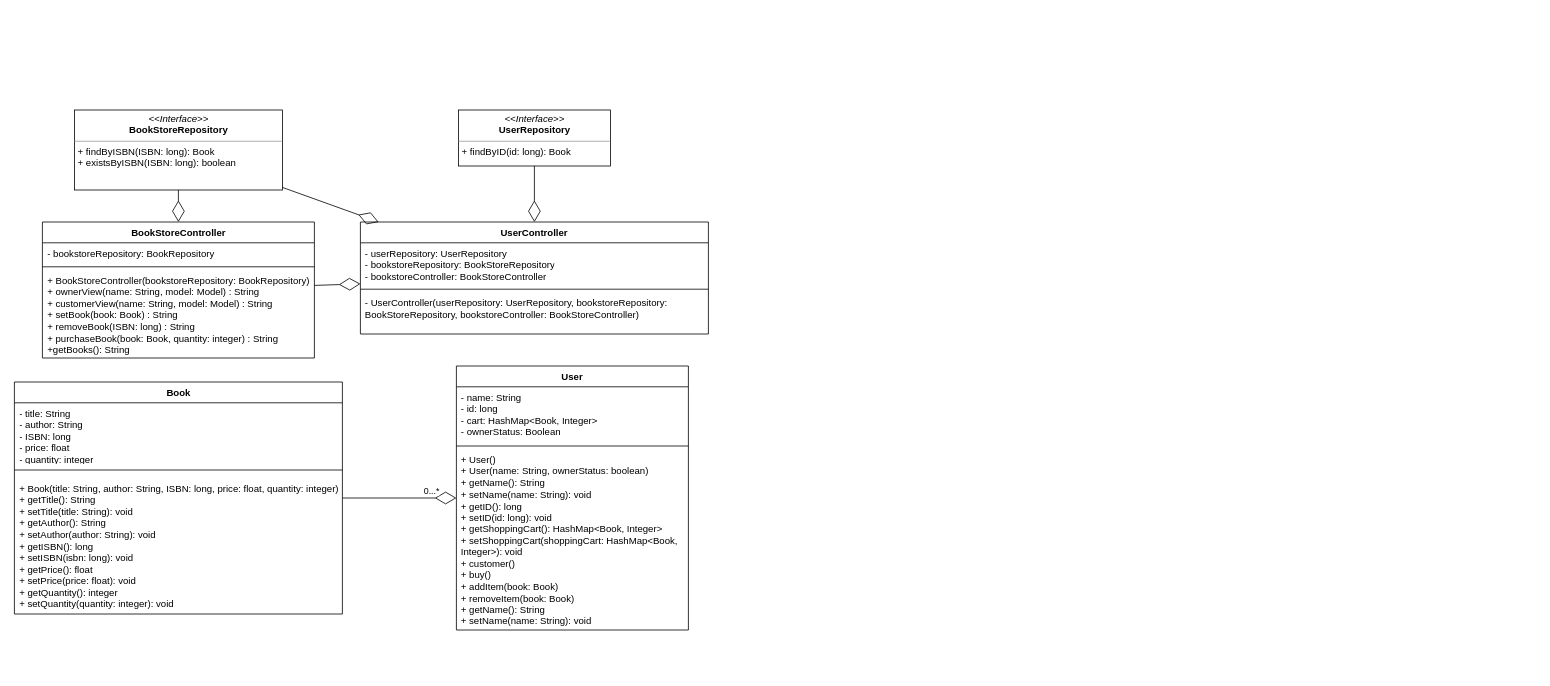
Above: page "UML" (1 of 2) of diagrams/SYSC4806Project.drawio in FARHAN-MAHAMUD/SYSC-4806-Project (draw.io), before the change. Source tidied: cells renumbered, new cells numbered last; positions are measured from the earlier drawing's top-left corner, leaving out a move shared by most shapes. Both pictures are drawn from the tidied source at 80%, with x=0, y=0 at pixel (14, 110).
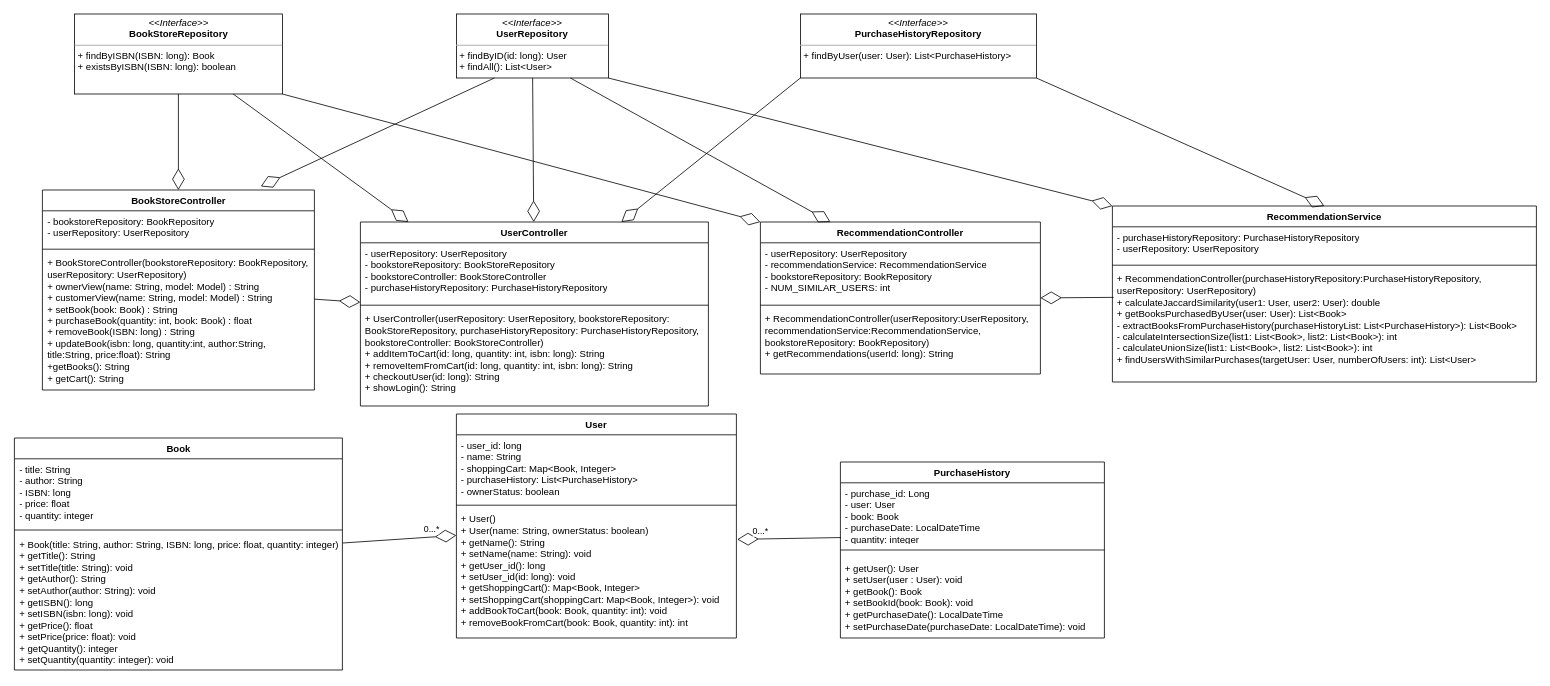
Above is the later version.

Diff of the diagram source:
```diff
@@
     <mxCell id="2" value="Book" style="swimlane;fontStyle=1;align=center;verticalAlign=top;horizontal=1;startSize=26;whiteSpace=wrap;html=1;" parent="1" vertex="1">
-      <mxGeometry x="-0.5" y="340" width="410" height="290" as="geometry" />
+      <mxGeometry x="-0.5" y="410" width="410" height="290" as="geometry" />
     </mxCell>
     <mxCell id="3" value="- title: String&lt;br style=&quot;border-color: var(--border-color);&quot;&gt;- author: String&lt;br style=&quot;border-color: var(--border-color);&quot;&gt;- ISBN: long&lt;br&gt;- price: float&lt;br&gt;- quantity: integer" style="text;strokeColor=none;fillColor=none;align=left;verticalAlign=top;spacingLeft=4;spacingRight=4;overflow=hidden;whiteSpace=wrap;html=1;" parent="2" vertex="1">
-      <mxGeometry y="26" width="410" height="74" as="geometry" />
+      <mxGeometry y="26" width="410" height="84" as="geometry" />
     </mxCell>
     <mxCell id="4" style="line;strokeWidth=1;fillColor=none;align=left;verticalAlign=middle;spacingTop=-1;spacingLeft=3;spacingRight=3;labelPosition=right;strokeColor=inherit;" parent="2" vertex="1">
-      <mxGeometry y="100" width="410" height="20" as="geometry" />
+      <mxGeometry y="110" width="410" height="10" as="geometry" />
     </mxCell>
@@
     <mxCell id="6" value="User" style="swimlane;fontStyle=1;align=center;verticalAlign=top;horizontal=1;startSize=26;whiteSpace=wrap;html=1;" parent="1" vertex="1">
-      <mxGeometry x="552" y="320" width="290" height="330" as="geometry" />
+      <mxGeometry x="552" y="380" width="350" height="280" as="geometry" />
     </mxCell>
-    <mxCell id="7" value="- name: String&lt;br style=&quot;border-color: var(--border-color);&quot;&gt;- id: long&lt;br&gt;- cart: HashMap&amp;lt;Book, Integer&amp;gt;&lt;br&gt;- ownerStatus: Boolean" style="text;strokeColor=none;fillColor=none;align=left;verticalAlign=top;spacingLeft=4;spacingRight=4;overflow=hidden;whiteSpace=wrap;html=1;" parent="6" vertex="1">
-      <mxGeometry y="26" width="290" height="70" as="geometry" />
+    <mxCell id="7" value="- user_id: long&lt;br&gt;- name: String&lt;br&gt;- shoppingCart: Map&amp;lt;Book, Integer&amp;gt;&lt;br&gt;-&amp;nbsp;purchaseHistory&lt;span style=&quot;background-color: initial;&quot;&gt;: List&amp;lt;PurchaseHistory&amp;gt;&lt;br&gt;- ownerStatus: boolean&lt;br&gt;&lt;/span&gt;" style="text;strokeColor=none;fillColor=none;align=left;verticalAlign=top;spacingLeft=4;spacingRight=4;overflow=hidden;whiteSpace=wrap;html=1;" parent="6" vertex="1">
+      <mxGeometry y="26" width="350" height="84" as="geometry" />
     </mxCell>
     <mxCell id="8" style="line;strokeWidth=1;fillColor=none;align=left;verticalAlign=middle;spacingTop=-1;spacingLeft=3;spacingRight=3;labelPosition=right;strokeColor=inherit;" parent="6" vertex="1">
-      <mxGeometry y="96" width="290" height="8" as="geometry" />
+      <mxGeometry y="110" width="350" height="8" as="geometry" />
     </mxCell>
-    <mxCell id="9" value="+ User()&lt;br&gt;+ User(name: String, ownerStatus: boolean)&lt;br&gt;+ getName(): String&lt;br&gt;+ setName(name: String): void&lt;br&gt;+ getID(): long&lt;br&gt;+ setID(id: long): void&lt;br&gt;+ getShoppingCart(): HashMap&amp;lt;Book, Integer&amp;gt;&lt;br&gt;+ setShoppingCart(shoppingCart: HashMap&amp;lt;Book, Integer&amp;gt;): void&lt;br&gt;+ customer()&lt;br&gt;+ buy()&lt;br&gt;+ addItem(book: Book)&lt;br&gt;+ removeItem(book: Book)&lt;br&gt;+ getName(): String&lt;br style=&quot;border-color: var(--border-color);&quot;&gt;+ setName(name: String): void" style="text;strokeColor=none;fillColor=none;align=left;verticalAlign=top;spacingLeft=4;spacingRight=4;overflow=hidden;points=[[0,0.5],[1,0.5]];portConstraint=eastwest;whiteSpace=wrap;html=1;" parent="6" vertex="1">
-      <mxGeometry y="104" width="290" height="226" as="geometry" />
+    <mxCell id="9" value="+ User()&lt;br&gt;+ User(name: String, ownerStatus: boolean)&lt;br&gt;+ getName(): String&lt;br&gt;+ setName(name: String): void&lt;br&gt;+ getUser_id(): long&lt;br&gt;+ setUser_id(id: long): void&lt;br&gt;+ getShoppingCart(): Map&amp;lt;Book, Integer&amp;gt;&lt;br&gt;+ setShoppingCart(shoppingCart: Map&amp;lt;Book, Integer&amp;gt;): void&lt;br&gt;+ addBookToCart(book: Book, quantity: int): void&lt;br&gt;+ removeBookFromCart(book: Book, quantity: int): int&lt;br&gt;&lt;br&gt;" style="text;strokeColor=none;fillColor=none;align=left;verticalAlign=top;spacingLeft=4;spacingRight=4;overflow=hidden;points=[[0,0.5],[1,0.5]];portConstraint=eastwest;whiteSpace=wrap;html=1;" parent="6" vertex="1">
+      <mxGeometry y="118" width="350" height="162" as="geometry" />
     </mxCell>
@@
     <mxCell id="12" value="&lt;p style=&quot;margin:0px;margin-top:4px;text-align:center;&quot;&gt;&lt;i&gt;&amp;lt;&amp;lt;Interface&amp;gt;&amp;gt;&lt;/i&gt;&lt;br&gt;&lt;b&gt;BookStoreRepository&lt;/b&gt;&lt;/p&gt;&lt;hr size=&quot;1&quot;&gt;&lt;p style=&quot;margin:0px;margin-left:4px;&quot;&gt;&lt;/p&gt;&lt;p style=&quot;margin:0px;margin-left:4px;&quot;&gt;&lt;span style=&quot;background-color: initial;&quot;&gt;+ findByISBN(ISBN: long): Book&lt;/span&gt;&lt;br&gt;&lt;/p&gt;&lt;p style=&quot;margin:0px;margin-left:4px;&quot;&gt;&lt;span style=&quot;background-color: initial;&quot;&gt;+ existsByISBN(ISBN: long): boolean&lt;/span&gt;&lt;/p&gt;" style="verticalAlign=top;align=left;overflow=fill;fontSize=12;fontFamily=Helvetica;html=1;whiteSpace=wrap;" parent="1" vertex="1">
-      <mxGeometry x="74.5" width="260" height="100" as="geometry" />
+      <mxGeometry x="74.5" y="-120" width="260" height="100" as="geometry" />
     </mxCell>
-    <mxCell id="13" value="&lt;p style=&quot;margin:0px;margin-top:4px;text-align:center;&quot;&gt;&lt;i&gt;&amp;lt;&amp;lt;Interface&amp;gt;&amp;gt;&lt;/i&gt;&lt;br&gt;&lt;b&gt;UserRepository&lt;/b&gt;&lt;/p&gt;&lt;hr size=&quot;1&quot;&gt;&lt;p style=&quot;margin:0px;margin-left:4px;&quot;&gt;&lt;/p&gt;&lt;p style=&quot;margin:0px;margin-left:4px;&quot;&gt;&lt;span style=&quot;background-color: initial;&quot;&gt;+ findByID(id: long): Book&lt;/span&gt;&lt;br&gt;&lt;/p&gt;" style="verticalAlign=top;align=left;overflow=fill;fontSize=12;fontFamily=Helvetica;html=1;whiteSpace=wrap;" parent="1" vertex="1">
-      <mxGeometry x="554.5" width="190" height="70" as="geometry" />
+    <mxCell id="13" value="&lt;p style=&quot;margin:0px;margin-top:4px;text-align:center;&quot;&gt;&lt;i&gt;&amp;lt;&amp;lt;Interface&amp;gt;&amp;gt;&lt;/i&gt;&lt;br&gt;&lt;b&gt;UserRepository&lt;/b&gt;&lt;/p&gt;&lt;hr size=&quot;1&quot;&gt;&lt;p style=&quot;margin:0px;margin-left:4px;&quot;&gt;&lt;/p&gt;&lt;p style=&quot;margin:0px;margin-left:4px;&quot;&gt;&lt;span style=&quot;background-color: initial;&quot;&gt;+ findByID(id: long): User&lt;/span&gt;&lt;br&gt;&lt;/p&gt;&lt;p style=&quot;margin:0px;margin-left:4px;&quot;&gt;&lt;span style=&quot;background-color: initial;&quot;&gt;+ findAll(): List&amp;lt;User&amp;gt;&lt;/span&gt;&lt;/p&gt;" style="verticalAlign=top;align=left;overflow=fill;fontSize=12;fontFamily=Helvetica;html=1;whiteSpace=wrap;" parent="1" vertex="1">
+      <mxGeometry x="552" y="-120" width="190" height="80" as="geometry" />
     </mxCell>
     <mxCell id="14" value="BookStoreController" style="swimlane;fontStyle=1;align=center;verticalAlign=top;horizontal=1;startSize=26;whiteSpace=wrap;html=1;" parent="1" vertex="1">
-      <mxGeometry x="34.5" y="140" width="340" height="170" as="geometry" />
+      <mxGeometry x="34.5" y="100" width="340" height="250" as="geometry" />
     </mxCell>
-    <mxCell id="15" value="- bookstoreRepository: BookRepository" style="text;strokeColor=none;fillColor=none;align=left;verticalAlign=top;spacingLeft=4;spacingRight=4;overflow=hidden;whiteSpace=wrap;html=1;" parent="14" vertex="1">
-      <mxGeometry y="26" width="340" height="26" as="geometry" />
+    <mxCell id="15" value="- bookstoreRepository: BookRepository&lt;br&gt;- userRepository: UserRepository" style="text;strokeColor=none;fillColor=none;align=left;verticalAlign=top;spacingLeft=4;spacingRight=4;overflow=hidden;whiteSpace=wrap;html=1;" parent="14" vertex="1">
+      <mxGeometry y="26" width="340" height="44" as="geometry" />
     </mxCell>
     <mxCell id="16" style="line;strokeWidth=1;fillColor=none;align=left;verticalAlign=middle;spacingTop=-1;spacingLeft=3;spacingRight=3;labelPosition=right;strokeColor=inherit;" parent="14" vertex="1">
-      <mxGeometry y="52" width="340" height="8" as="geometry" />
+      <mxGeometry y="70" width="340" height="8" as="geometry" />
     </mxCell>
-    <mxCell id="17" value="+ BookStoreController(bookstoreRepository: BookRepository)&lt;br&gt;+ ownerView(name: String, model: Model) : String&lt;br&gt;+ customerView(name: String, model: Model) : String&lt;br&gt;+ setBook(book: Book) : String&lt;br&gt;+ removeBook(ISBN: long) : String&lt;br&gt;+ purchaseBook(book: Book, quantity: integer) : String&lt;br&gt;+getBooks():&amp;nbsp;String" style="text;strokeColor=none;fillColor=none;align=left;verticalAlign=top;spacingLeft=4;spacingRight=4;overflow=hidden;whiteSpace=wrap;html=1;" parent="14" vertex="1">
-      <mxGeometry y="60" width="340" height="110" as="geometry" />
+    <mxCell id="17" value="+ BookStoreController(bookstoreRepository: BookRepository, userRepository: UserRepository)&lt;br&gt;+ ownerView(name: String, model: Model) : String&lt;br&gt;+ customerView(name: String, model: Model) : String&lt;br&gt;+ setBook(book: Book) : String&lt;br&gt;+ purchaseBook(quantity: int, book: Book) : float&lt;br style=&quot;border-color: var(--border-color);&quot;&gt;+ removeBook(ISBN: long) : String&lt;br&gt;+ updateBook(isbn: long, quantity:int, author:String, title:String, price:float): String&lt;br&gt;+getBooks():&amp;nbsp;String&lt;br&gt;+ getCart(): String" style="text;strokeColor=none;fillColor=none;align=left;verticalAlign=top;spacingLeft=4;spacingRight=4;overflow=hidden;whiteSpace=wrap;html=1;" parent="14" vertex="1">
+      <mxGeometry y="78" width="340" height="172" as="geometry" />
     </mxCell>
     <mxCell id="18" value="UserController" style="swimlane;fontStyle=1;align=center;verticalAlign=top;horizontal=1;startSize=26;whiteSpace=wrap;html=1;" parent="1" vertex="1">
-      <mxGeometry x="432" y="140" width="435" height="140" as="geometry" />
+      <mxGeometry x="432" y="140" width="435" height="230" as="geometry" />
     </mxCell>
-    <mxCell id="19" value="- userRepository: UserRepository&lt;br&gt;- bookstoreRepository: BookStoreRepository&lt;br&gt;- bookstoreController: BookStoreController" style="text;strokeColor=none;fillColor=none;align=left;verticalAlign=top;spacingLeft=4;spacingRight=4;overflow=hidden;whiteSpace=wrap;html=1;" parent="18" vertex="1">
-      <mxGeometry y="26" width="435" height="54" as="geometry" />
+    <mxCell id="19" value="- userRepository: UserRepository&lt;br&gt;- bookstoreRepository: BookStoreRepository&lt;br&gt;- bookstoreController: BookStoreController&lt;br&gt;- purchaseHistoryRepository: PurchaseHistoryRepository" style="text;strokeColor=none;fillColor=none;align=left;verticalAlign=top;spacingLeft=4;spacingRight=4;overflow=hidden;whiteSpace=wrap;html=1;" parent="18" vertex="1">
+      <mxGeometry y="26" width="435" height="74" as="geometry" />
     </mxCell>
     <mxCell id="20" style="line;strokeWidth=1;fillColor=none;align=left;verticalAlign=middle;spacingTop=-1;spacingLeft=3;spacingRight=3;labelPosition=right;strokeColor=inherit;" parent="18" vertex="1">
-      <mxGeometry y="80" width="435" height="8" as="geometry" />
+      <mxGeometry y="100" width="435" height="8" as="geometry" />
     </mxCell>
-    <mxCell id="21" value="- UserController(userRepository: UserRepository, bookstoreRepository: BookStoreRepository, bookstoreController: BookStoreController)" style="text;strokeColor=none;fillColor=none;align=left;verticalAlign=top;spacingLeft=4;spacingRight=4;overflow=hidden;whiteSpace=wrap;html=1;" parent="18" vertex="1">
-      <mxGeometry y="88" width="435" height="52" as="geometry" />
+    <mxCell id="21" value="+ UserController(userRepository: UserRepository, bookstoreRepository: BookStoreRepository, purchaseHistoryRepository: PurchaseHistoryRepository, bookstoreController: BookStoreController)&lt;br&gt;+ addItemToCart(id: long, quantity: int, isbn: long): String&lt;br&gt;+&amp;nbsp;removeItemFromCart(id: long, quantity: int, isbn: long): String&lt;br&gt;+&amp;nbsp;checkoutUser(id: long): String&lt;br&gt;+&amp;nbsp;showLogin(): String&lt;br&gt;&lt;br&gt;" style="text;strokeColor=none;fillColor=none;align=left;verticalAlign=top;spacingLeft=4;spacingRight=4;overflow=hidden;whiteSpace=wrap;html=1;" parent="18" vertex="1">
+      <mxGeometry y="108" width="435" height="122" as="geometry" />
     </mxCell>
@@
+    <mxCell id="26" value="&lt;p style=&quot;margin:0px;margin-top:4px;text-align:center;&quot;&gt;&lt;i&gt;&amp;lt;&amp;lt;Interface&amp;gt;&amp;gt;&lt;/i&gt;&lt;br&gt;&lt;b&gt;PurchaseHistoryRepository&lt;/b&gt;&lt;/p&gt;&lt;hr size=&quot;1&quot;&gt;&lt;p style=&quot;margin:0px;margin-left:4px;&quot;&gt;&lt;/p&gt;&lt;p style=&quot;margin:0px;margin-left:4px;&quot;&gt;&lt;span style=&quot;background-color: initial;&quot;&gt;+ findByUser(user: User): List&amp;lt;PurchaseHistory&amp;gt;&lt;/span&gt;&lt;/p&gt;" style="verticalAlign=top;align=left;overflow=fill;fontSize=12;fontFamily=Helvetica;html=1;whiteSpace=wrap;" parent="1" vertex="1">
+      <mxGeometry x="982" y="-120" width="295" height="80" as="geometry" />
+    </mxCell>
+    <mxCell id="27" value="PurchaseHistory" style="swimlane;fontStyle=1;align=center;verticalAlign=top;horizontal=1;startSize=26;whiteSpace=wrap;html=1;" parent="1" vertex="1">
+      <mxGeometry x="1032" y="440" width="330" height="220" as="geometry" />
+    </mxCell>
+    <mxCell id="28" value="- purchase_id: Long&lt;br style=&quot;border-color: var(--border-color);&quot;&gt;- user: User&lt;br style=&quot;border-color: var(--border-color);&quot;&gt;- book: Book&lt;br&gt;- purchaseDate: LocalDateTime&lt;br&gt;- quantity: integer" style="text;strokeColor=none;fillColor=none;align=left;verticalAlign=top;spacingLeft=4;spacingRight=4;overflow=hidden;points=[[0,0.5],[1,0.5]];portConstraint=eastwest;whiteSpace=wrap;html=1;" parent="27" vertex="1">
+      <mxGeometry y="26" width="330" height="74" as="geometry" />
+    </mxCell>
+    <mxCell id="29" style="line;strokeWidth=1;fillColor=none;align=left;verticalAlign=middle;spacingTop=-1;spacingLeft=3;spacingRight=3;labelPosition=right;strokeColor=inherit;" parent="27" vertex="1">
+      <mxGeometry y="100" width="330" height="20" as="geometry" />
+    </mxCell>
+    <mxCell id="30" value="+ getUser(): User&lt;br&gt;+ setUser(user : User): void&lt;br&gt;+ getBook(): Book&lt;br&gt;+ setBookId(book: Book): void&lt;br&gt;+ getPurchaseDate(): LocalDateTime&lt;br&gt;+ setPurchaseDate(purchaseDate: LocalDateTime): void" style="text;strokeColor=none;fillColor=none;align=left;verticalAlign=top;spacingLeft=4;spacingRight=4;overflow=hidden;whiteSpace=wrap;html=1;" parent="27" vertex="1">
+      <mxGeometry y="120" width="330" height="100" as="geometry" />
+    </mxCell>
+    <mxCell id="31" value="RecommendationController" style="swimlane;fontStyle=1;align=center;verticalAlign=top;horizontal=1;startSize=26;whiteSpace=wrap;html=1;" parent="1" vertex="1">
+      <mxGeometry x="932" y="140" width="350" height="190" as="geometry" />
+    </mxCell>
+    <mxCell id="32" value="- userRepository: UserRepository&lt;br&gt;- recommendationService: RecommendationService&lt;br&gt;- bookstoreRepository: BookRepository&lt;br&gt;- NUM_SIMILAR_USERS: int" style="text;strokeColor=none;fillColor=none;align=left;verticalAlign=top;spacingLeft=4;spacingRight=4;overflow=hidden;points=[[0,0.5],[1,0.5]];portConstraint=eastwest;whiteSpace=wrap;html=1;" parent="31" vertex="1">
+      <mxGeometry y="26" width="350" height="74" as="geometry" />
+    </mxCell>
+    <mxCell id="33" style="line;strokeWidth=1;fillColor=none;align=left;verticalAlign=middle;spacingTop=-1;spacingLeft=3;spacingRight=3;labelPosition=right;strokeColor=inherit;" parent="31" vertex="1">
+      <mxGeometry y="100" width="350" height="8" as="geometry" />
+    </mxCell>
+    <mxCell id="34" value="+ RecommendationController(userRepository:UserRepository, recommendationService:RecommendationService, bookstoreRepository: BookRepository)&lt;br&gt;+ getRecommendations(userId: long): String" style="text;strokeColor=none;fillColor=none;align=left;verticalAlign=top;spacingLeft=4;spacingRight=4;overflow=hidden;whiteSpace=wrap;html=1;" parent="31" vertex="1">
+      <mxGeometry y="108" width="350" height="82" as="geometry" />
+    </mxCell>
+    <mxCell id="35" value="RecommendationService" style="swimlane;fontStyle=1;align=center;verticalAlign=top;horizontal=1;startSize=26;whiteSpace=wrap;html=1;" parent="1" vertex="1">
+      <mxGeometry x="1372" y="120" width="530" height="220" as="geometry" />
+    </mxCell>
+    <mxCell id="36" value="- purchaseHistoryRepository:&amp;nbsp;PurchaseHistoryRepository&lt;br&gt;- userRepository: UserRepository" style="text;strokeColor=none;fillColor=none;align=left;verticalAlign=top;spacingLeft=4;spacingRight=4;overflow=hidden;whiteSpace=wrap;html=1;" parent="35" vertex="1">
+      <mxGeometry y="26" width="530" height="44" as="geometry" />
+    </mxCell>
+    <mxCell id="37" style="line;strokeWidth=1;fillColor=none;align=left;verticalAlign=middle;spacingTop=-1;spacingLeft=3;spacingRight=3;labelPosition=right;strokeColor=inherit;" parent="35" vertex="1">
+      <mxGeometry y="70" width="530" height="8" as="geometry" />
+    </mxCell>
+    <mxCell id="38" value="+ RecommendationController(purchaseHistoryRepository:PurchaseHistoryRepository, userRepository: UserRepository)&lt;br&gt;+ calculateJaccardSimilarity(user1: User, user2: User): double&lt;br&gt;+&amp;nbsp;getBooksPurchasedByUser(user: User): List&amp;lt;Book&amp;gt;&lt;br&gt;-&amp;nbsp;extractBooksFromPurchaseHistory(purchaseHistoryList: List&amp;lt;PurchaseHistory&amp;gt;): List&amp;lt;Book&amp;gt;&lt;br&gt;-&amp;nbsp;calculateIntersectionSize(list1: List&amp;lt;Book&amp;gt;, list2: List&amp;lt;Book&amp;gt;): int&lt;br&gt;-&amp;nbsp;calculateUnionSize(list1: List&amp;lt;Book&amp;gt;, list2: List&amp;lt;Book&amp;gt;): int&lt;br&gt;+&amp;nbsp;findUsersWithSimilarPurchases(targetUser: User, numberOfUsers: int): List&amp;lt;User&amp;gt;" style="text;strokeColor=none;fillColor=none;align=left;verticalAlign=top;spacingLeft=4;spacingRight=4;overflow=hidden;points=[[0,0.5],[1,0.5]];portConstraint=eastwest;whiteSpace=wrap;html=1;" parent="35" vertex="1">
+      <mxGeometry y="78" width="530" height="142" as="geometry" />
+    </mxCell>
+    <mxCell id="39" style="endArrow=diamondThin;endFill=0;endSize=24;html=1;rounded=0;entryX=0.803;entryY=-0.018;entryDx=0;entryDy=0;entryPerimeter=0;exitX=0.25;exitY=1;exitDx=0;exitDy=0;" parent="1" edge="1" source="13" target="14">
+      <mxGeometry relative="1" as="geometry" />
+    </mxCell>
+    <mxCell id="40" style="endArrow=diamondThin;endFill=0;endSize=24;html=1;rounded=0;exitX=0;exitY=1;exitDx=0;exitDy=0;entryX=0.75;entryY=0;entryDx=0;entryDy=0;" parent="1" edge="1" source="26" target="18">
+      <mxGeometry relative="1" as="geometry" />
+    </mxCell>
+    <mxCell id="41" style="endArrow=diamondThin;endFill=0;endSize=24;html=1;rounded=0;exitX=1;exitY=1;exitDx=0;exitDy=0;entryX=0.5;entryY=0;entryDx=0;entryDy=0;" parent="1" edge="1" source="26" target="35">
+      <mxGeometry relative="1" as="geometry" />
+    </mxCell>
+    <mxCell id="42" style="endArrow=diamondThin;endFill=0;endSize=24;html=1;rounded=0;entryX=0.25;entryY=0;entryDx=0;entryDy=0;exitX=0.75;exitY=1;exitDx=0;exitDy=0;" parent="1" edge="1" source="13" target="31">
+      <mxGeometry relative="1" as="geometry" />
+    </mxCell>
+    <mxCell id="43" style="endArrow=diamondThin;endFill=0;endSize=24;html=1;rounded=0;entryX=0;entryY=0;entryDx=0;entryDy=0;exitX=1;exitY=1;exitDx=0;exitDy=0;" parent="1" edge="1" source="13" target="35">
+      <mxGeometry relative="1" as="geometry" />
+    </mxCell>
+    <mxCell id="44" style="endArrow=diamondThin;endFill=0;endSize=24;html=1;rounded=0;entryX=0;entryY=0;entryDx=0;entryDy=0;exitX=1;exitY=1;exitDx=0;exitDy=0;" parent="1" edge="1" source="12" target="31">
+      <mxGeometry relative="1" as="geometry" />
+    </mxCell>
+    <mxCell id="45" style="endArrow=diamondThin;endFill=0;endSize=24;html=1;rounded=0;exitX=0.003;exitY=0.255;exitDx=0;exitDy=0;exitPerimeter=0;entryX=1;entryY=0.931;entryDx=0;entryDy=0;entryPerimeter=0;" parent="1" edge="1" source="38" target="32">
+      <mxGeometry relative="1" as="geometry" />
+    </mxCell>
+    <mxCell id="46" style="endArrow=diamondThin;endFill=0;endSize=24;html=1;rounded=0;entryX=1.003;entryY=0.239;entryDx=0;entryDy=0;entryPerimeter=0;exitX=0.002;exitY=0.925;exitDx=0;exitDy=0;exitPerimeter=0;" parent="1" edge="1" source="28" target="9">
+      <mxGeometry relative="1" as="geometry" />
+    </mxCell>
+    <mxCell id="47" value="0...*" style="edgeLabel;html=1;align=center;verticalAlign=middle;" parent="46" vertex="1">
+      <mxGeometry x="0.56" relative="1" as="geometry">
+        <mxPoint y="-10" as="offset" />
+      </mxGeometry>
+    </mxCell>
```
